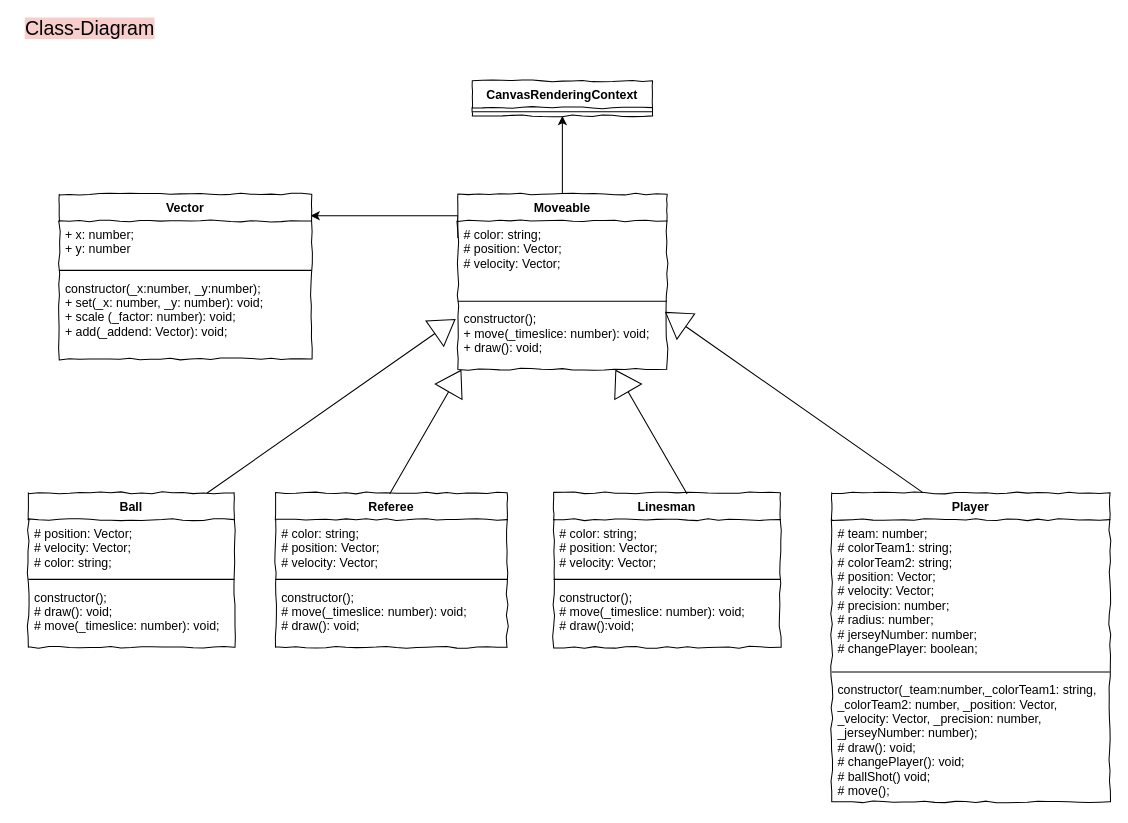
The draw.io diagram Abschlussaufgabe/konzept/fußball-classdiagram.drawio in JuliaKaeppeler/Eia2Julia, before the edit. Source tidied: cells renumbered, new cells numbered last; positions are measured from the earlier drawing's top-left corner, leaving out a move shared by most shapes. Both pictures are drawn from the tidied source at 103%, with x=0, y=0 at pixel (18, 19).
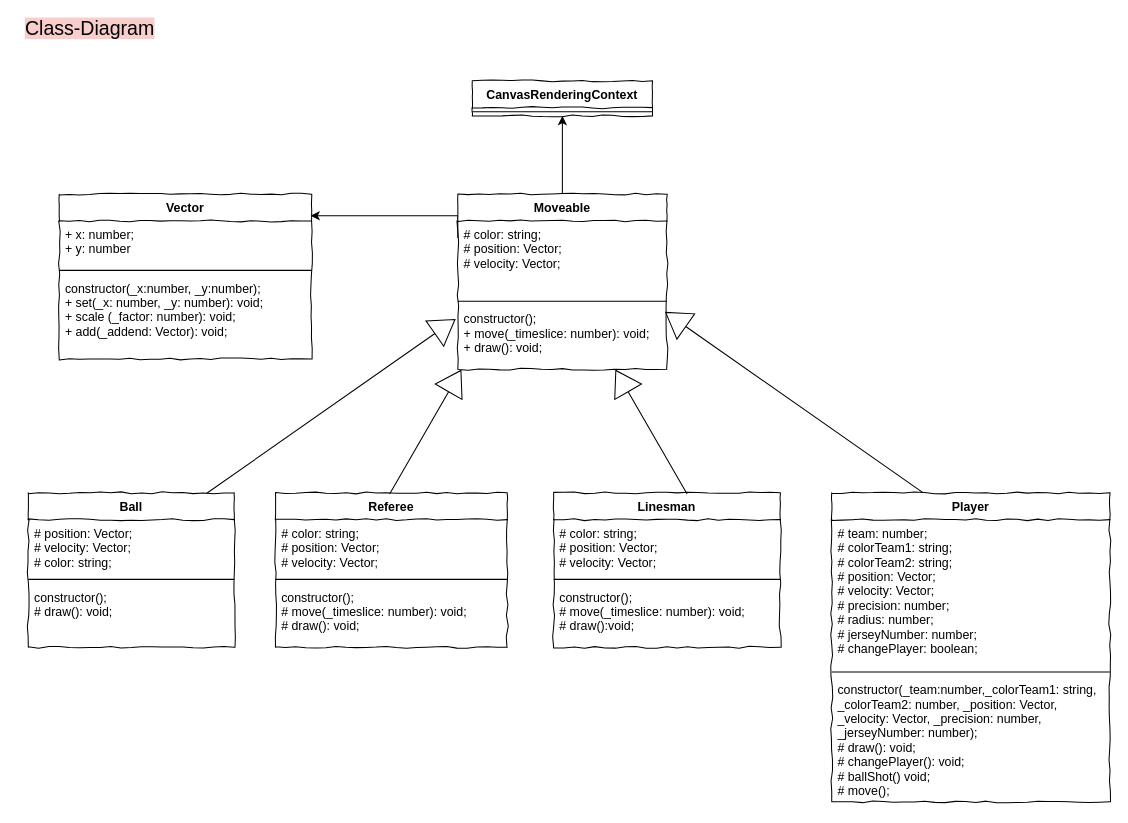
The same diagram, later.

The change refers to these unchanged cells:
```xml
<mxCell id="28" value="Ball" style="swimlane;fontStyle=1;align=center;verticalAlign=top;horizontal=1;startSize=26;rounded=0;shadow=0;comic=1;strokeWidth=1;" parent="1" vertex="1">
  <mxGeometry x="10" y="460" width="200" height="150" as="geometry" />
</mxCell>
```

Change to the diagram source:
```diff
@@
-    <mxCell id="31" value="constructor();&#10;# draw(): void;&#10;# move(_timeslice: number): void;" style="text;strokeColor=none;fillColor=none;align=left;verticalAlign=top;spacingLeft=4;spacingRight=4;overflow=hidden;" parent="28" vertex="1">
+    <mxCell id="31" value="constructor();&#10;# draw(): void;" style="text;strokeColor=none;fillColor=none;align=left;verticalAlign=top;spacingLeft=4;spacingRight=4;overflow=hidden;" parent="28" vertex="1">
       <mxGeometry y="88" width="200" height="62" as="geometry" />
     </mxCell>
```
